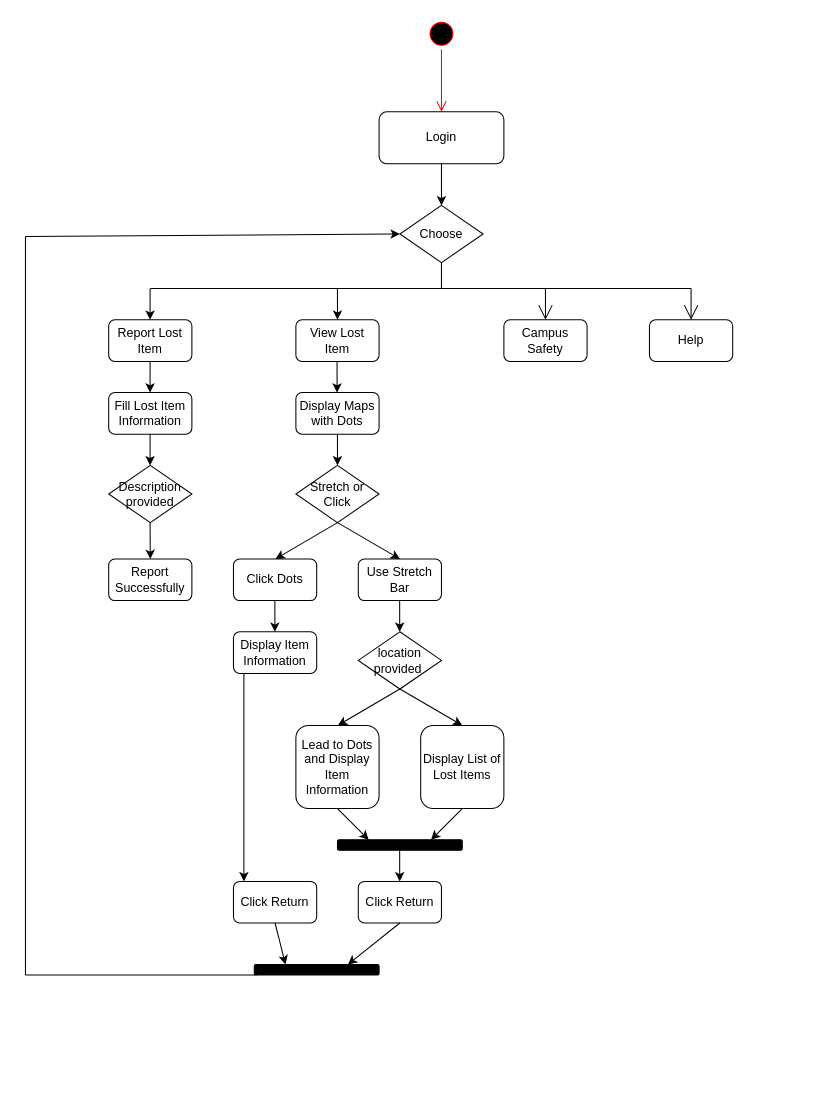
software-students-fall2023/1-specification-exercise-teamteamteam keeps this draw.io diagram as Untitled Diagram.drawio. Above is the earlier version. Source tidied: cells renumbered, new cells numbered last; positions are measured from the earlier drawing's top-left corner, leaving out a move shared by most shapes. Both pictures are drawn from the tidied source at 104%, with x=0, y=0 at pixel (25, 18).
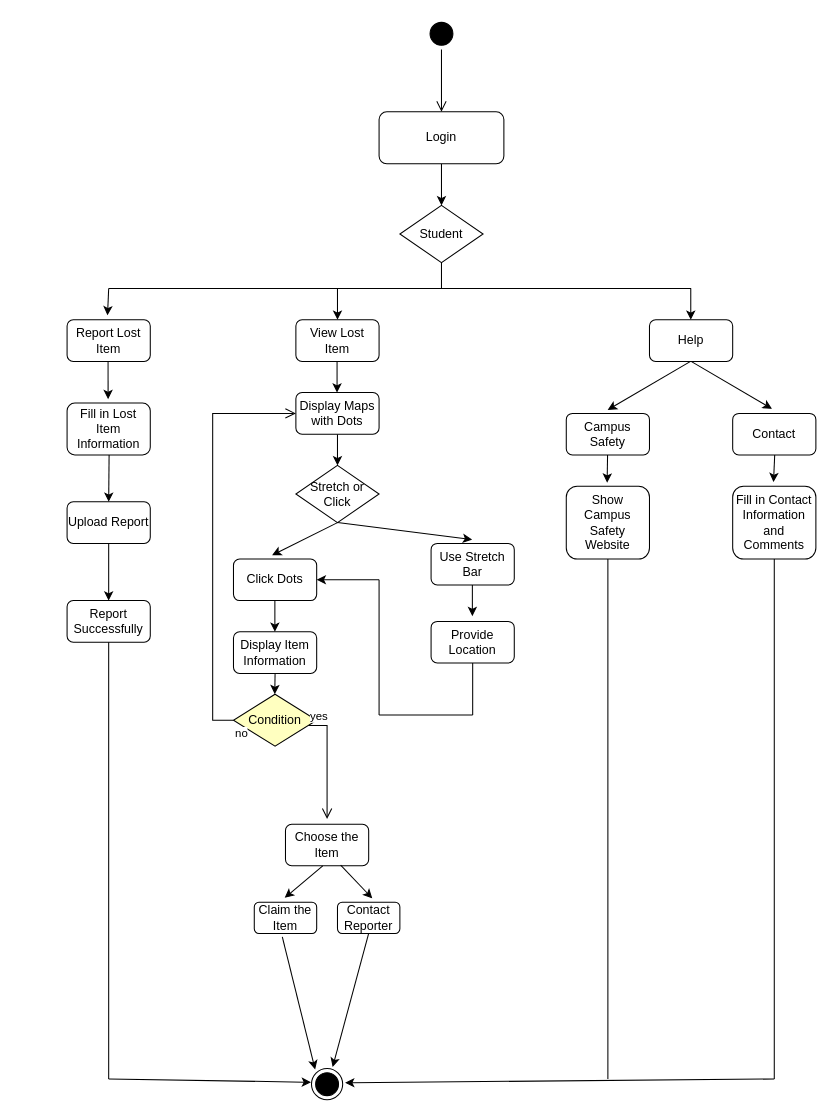
Above is the later version.

Commit message:
Update Activity Diagram

The change refers to these unchanged cells:
```xml
<mxCell id="16" value="Display Maps with Dots" style="rounded=1;whiteSpace=wrap;html=1;" parent="1" vertex="1">
  <mxGeometry x="260" y="360" width="80" height="40" as="geometry" />
</mxCell>
<mxCell id="20" value="Click Dots" style="rounded=1;whiteSpace=wrap;html=1;" parent="1" vertex="1">
  <mxGeometry x="200" y="520" width="80" height="40" as="geometry" />
</mxCell>
```

The edit, as a diff of the source:
```diff
@@
-    <mxCell id="4" value="Choose" style="rhombus;whiteSpace=wrap;html=1;rounded=0;" parent="1" vertex="1">
+    <mxCell id="4" value="Student" style="rhombus;whiteSpace=wrap;html=1;rounded=0;" parent="1" vertex="1">
       <mxGeometry x="360" y="180" width="80" height="55" as="geometry" />
     </mxCell>
@@
     <mxCell id="6" style="endArrow=none;html=1;rounded=0;" parent="1" edge="1">
       <mxGeometry relative="1" as="geometry">
-        <mxPoint x="120" y="260" as="sourcePoint" />
+        <mxPoint x="80" y="260" as="sourcePoint" />
         <mxPoint x="640" y="260" as="targetPoint" />
         <Array as="points">
           <mxPoint x="400" y="260" />
         </Array>
       </mxGeometry>
     </mxCell>
-    <mxCell id="7" style="ellipse;html=1;shape=startState;fillColor=#000000;strokeColor=#ff0000;" parent="1" vertex="1">
+    <mxCell id="7" style="ellipse;html=1;shape=startState;fillColor=#000000;strokeColor=#000000;" parent="1" vertex="1">
       <mxGeometry x="385" width="30" height="30" as="geometry" />
     </mxCell>
-    <mxCell id="8" style="edgeStyle=orthogonalEdgeStyle;html=1;verticalAlign=bottom;endArrow=open;endSize=8;strokeColor=#ff0000;rounded=0;" parent="1" edge="1" source="7">
+    <mxCell id="8" style="edgeStyle=orthogonalEdgeStyle;html=1;verticalAlign=bottom;endArrow=open;endSize=8;strokeColor=#000000;rounded=0;" parent="1" edge="1" source="7">
       <mxGeometry relative="1" as="geometry">
         <mxPoint x="400" y="90" as="targetPoint" />
       </mxGeometry>
     </mxCell>
-    <mxCell id="9" style="endArrow=open;endFill=1;endSize=12;html=1;rounded=0;" parent="1" edge="1">
-      <mxGeometry relative="1" as="geometry">
-        <mxPoint x="640" y="260" as="sourcePoint" />
-        <mxPoint x="640" y="290" as="targetPoint" />
-      </mxGeometry>
-    </mxCell>
-    <mxCell id="10" style="endArrow=open;endFill=1;endSize=12;html=1;rounded=0;" parent="1" edge="1">
-      <mxGeometry relative="1" as="geometry">
-        <mxPoint x="500" y="260" as="sourcePoint" />
-        <mxPoint x="500" y="290" as="targetPoint" />
-      </mxGeometry>
-    </mxCell>
     <mxCell id="11" value="Report Lost Item" style="rounded=1;whiteSpace=wrap;html=1;" parent="1" vertex="1">
-      <mxGeometry x="80" y="290" width="80" height="40" as="geometry" />
+      <mxGeometry x="40" y="290" width="80" height="40" as="geometry" />
     </mxCell>
@@
     <mxCell id="14" value="Campus Safety" style="rounded=1;whiteSpace=wrap;html=1;" parent="1" vertex="1">
-      <mxGeometry x="460" y="290" width="80" height="40" as="geometry" />
+      <mxGeometry x="520" y="380" width="80" height="40" as="geometry" />
     </mxCell>
@@
-    <mxCell id="17" value="Fill Lost Item Information" style="rounded=1;whiteSpace=wrap;html=1;" parent="1" vertex="1">
-      <mxGeometry x="80" y="360" width="80" height="40" as="geometry" />
+    <mxCell id="17" value="Fill in Lost Item Information" style="rounded=1;whiteSpace=wrap;html=1;" parent="1" vertex="1">
+      <mxGeometry x="40" y="370" width="80" height="50" as="geometry" />
     </mxCell>
@@
-    <mxCell id="19" value="Description&lt;br&gt;provided" style="rhombus;whiteSpace=wrap;html=1;rounded=0;" parent="1" vertex="1">
-      <mxGeometry x="80" y="430" width="80" height="55" as="geometry" />
-    </mxCell>
@@
     <mxCell id="21" value="Use Stretch Bar" style="rounded=1;whiteSpace=wrap;html=1;" parent="1" vertex="1">
-      <mxGeometry x="320" y="520" width="80" height="40" as="geometry" />
+      <mxGeometry x="390" y="505" width="80" height="40" as="geometry" />
     </mxCell>
-    <mxCell id="22" value="location&lt;br&gt;provided&amp;nbsp;" style="rhombus;whiteSpace=wrap;html=1;rounded=0;" parent="1" vertex="1">
-      <mxGeometry x="320" y="590" width="80" height="55" as="geometry" />
-    </mxCell>
@@
-    <mxCell id="24" style="edgeStyle=orthogonalEdgeStyle;rounded=0;orthogonalLoop=1;jettySize=auto;html=1;exitX=0.5;exitY=1;exitDx=0;exitDy=0;" parent="1" edge="1" source="22" target="22">
-      <mxGeometry relative="1" as="geometry" />
+    <mxCell id="24" style="edgeStyle=orthogonalEdgeStyle;rounded=0;orthogonalLoop=1;jettySize=auto;html=1;exitX=0.5;exitY=1;exitDx=0;exitDy=0;" parent="1" edge="1">
+      <mxGeometry relative="1" as="geometry">
+        <mxPoint x="430" y="630" as="sourcePoint" />
+        <mxPoint x="430" y="630" as="targetPoint" />
+      </mxGeometry>
     </mxCell>
-    <mxCell id="25" value="Lead to Dots and Display Item Information" style="rounded=1;whiteSpace=wrap;html=1;" parent="1" vertex="1">
-      <mxGeometry x="260" y="680" width="80" height="80" as="geometry" />
-    </mxCell>
-    <mxCell id="26" value="Display List of Lost Items" style="rounded=1;whiteSpace=wrap;html=1;" parent="1" vertex="1">
-      <mxGeometry x="380" y="680" width="80" height="80" as="geometry" />
-    </mxCell>
-    <mxCell id="27" style="rounded=1;whiteSpace=wrap;html=1;glass=0;shadow=0;fillColor=#000000;" parent="1" vertex="1">
-      <mxGeometry x="300" y="790" width="120" height="10" as="geometry" />
-    </mxCell>
-    <mxCell id="28" value="Click Return" style="rounded=1;whiteSpace=wrap;html=1;" parent="1" vertex="1">
-      <mxGeometry x="320" y="830" width="80" height="40" as="geometry" />
-    </mxCell>
-    <mxCell id="29" style="rounded=1;whiteSpace=wrap;html=1;glass=0;shadow=0;fillColor=#000000;" parent="1" vertex="1">
-      <mxGeometry x="220" y="910" width="120" height="10" as="geometry" />
-    </mxCell>
-    <mxCell id="30" value="Click Return" style="rounded=1;whiteSpace=wrap;html=1;" parent="1" vertex="1">
-      <mxGeometry x="200" y="830" width="80" height="40" as="geometry" />
-    </mxCell>
-    <mxCell id="31" style="endArrow=none;html=1;rounded=0;entryX=0.019;entryY=0.996;entryDx=0;entryDy=0;entryPerimeter=0;" parent="1" edge="1" target="29">
-      <mxGeometry relative="1" as="geometry">
-        <mxPoint y="920" as="sourcePoint" />
-      </mxGeometry>
-    </mxCell>
-    <mxCell id="32" style="endArrow=none;html=1;rounded=0;" parent="1" edge="1">
-      <mxGeometry relative="1" as="geometry">
-        <mxPoint y="920" as="sourcePoint" />
-        <mxPoint y="210" as="targetPoint" />
-      </mxGeometry>
-    </mxCell>
-    <mxCell id="33" style="endArrow=classic;html=1;rounded=0;entryX=0;entryY=0.5;entryDx=0;entryDy=0;" parent="1" edge="1" target="4">
-      <mxGeometry relative="1" as="geometry">
-        <mxPoint y="210" as="sourcePoint" />
-      </mxGeometry>
-    </mxCell>
     <mxCell id="34" value="Report Successfully" style="rounded=1;whiteSpace=wrap;html=1;" parent="1" vertex="1">
-      <mxGeometry x="80" y="520" width="80" height="40" as="geometry" />
+      <mxGeometry x="40" y="560" width="80" height="40" as="geometry" />
     </mxCell>
-    <mxCell id="35" style="endArrow=classic;html=1;rounded=0;" parent="1" edge="1">
+    <mxCell id="35" style="endArrow=classic;html=1;rounded=0;entryX=0.486;entryY=-0.107;entryDx=0;entryDy=0;entryPerimeter=0;" parent="1" edge="1" target="11">
       <mxGeometry relative="1" as="geometry">
-        <mxPoint x="119.8" y="260" as="sourcePoint" />
-        <mxPoint x="119.8" y="290" as="targetPoint" />
+        <mxPoint x="80" y="260" as="sourcePoint" />
       </mxGeometry>
     </mxCell>
-    <mxCell id="36" style="endArrow=classic;html=1;rounded=0;" parent="1" edge="1">
+    <mxCell id="36" style="endArrow=classic;html=1;rounded=0;entryX=0.493;entryY=-0.074;entryDx=0;entryDy=0;entryPerimeter=0;" parent="1" edge="1" target="17">
       <mxGeometry relative="1" as="geometry">
-        <mxPoint x="119.8" y="330" as="sourcePoint" />
-        <mxPoint x="119.8" y="360" as="targetPoint" />
+        <mxPoint x="79.4" y="330" as="sourcePoint" />
       </mxGeometry>
     </mxCell>
@@
-    <mxCell id="38" style="endArrow=classic;html=1;rounded=0;" parent="1" edge="1">
-      <mxGeometry relative="1" as="geometry">
-        <mxPoint x="119.8" y="400" as="sourcePoint" />
-        <mxPoint x="119.8" y="430" as="targetPoint" />
-      </mxGeometry>
-    </mxCell>
-    <mxCell id="39" style="endArrow=classic;html=1;rounded=0;entryX=0.5;entryY=0;entryDx=0;entryDy=0;" parent="1" edge="1" target="34">
-      <mxGeometry relative="1" as="geometry">
-        <mxPoint x="119.8" y="485" as="sourcePoint" />
-      </mxGeometry>
+    <mxCell id="39" style="endArrow=classic;html=1;rounded=0;entryX=0.5;entryY=0;entryDx=0;entryDy=0;exitX=0.5;exitY=1;exitDx=0;exitDy=0;" parent="1" edge="1" source="61" target="34">
+      <mxGeometry relative="1" as="geometry" />
     </mxCell>
@@
-    <mxCell id="41" style="endArrow=classic;html=1;rounded=0;entryX=0.5;entryY=0;entryDx=0;entryDy=0;" parent="1" edge="1" target="21">
+    <mxCell id="41" style="endArrow=classic;html=1;rounded=0;entryX=0.493;entryY=-0.093;entryDx=0;entryDy=0;entryPerimeter=0;" parent="1" edge="1" target="21">
       <mxGeometry relative="1" as="geometry">
         <mxPoint x="300" y="485" as="sourcePoint" />
       </mxGeometry>
     </mxCell>
@@
     <mxCell id="43" style="endArrow=classic;html=1;rounded=0;" parent="1" edge="1">
       <mxGeometry relative="1" as="geometry">
-        <mxPoint x="359.8" y="560" as="sourcePoint" />
-        <mxPoint x="359.8" y="590" as="targetPoint" />
+        <mxPoint x="429.7" y="545" as="sourcePoint" />
+        <mxPoint x="429.7" y="575" as="targetPoint" />
       </mxGeometry>
     </mxCell>
-    <mxCell id="44" style="endArrow=classic;html=1;rounded=0;entryX=0.125;entryY=0;entryDx=0;entryDy=0;entryPerimeter=0;" parent="1" edge="1" target="30">
-      <mxGeometry relative="1" as="geometry">
-        <mxPoint x="210" y="630" as="sourcePoint" />
-      </mxGeometry>
-    </mxCell>
-    <mxCell id="45" style="endArrow=classic;html=1;rounded=0;entryX=0.5;entryY=0;entryDx=0;entryDy=0;" parent="1" edge="1">
+    <mxCell id="45" style="endArrow=classic;html=1;rounded=0;entryX=0.465;entryY=-0.093;entryDx=0;entryDy=0;entryPerimeter=0;" parent="1" edge="1" target="20">
       <mxGeometry relative="1" as="geometry">
         <mxPoint x="300" y="485" as="sourcePoint" />
-        <mxPoint x="240.4" y="520" as="targetPoint" />
       </mxGeometry>
     </mxCell>
-    <mxCell id="46" style="endArrow=classic;html=1;rounded=0;entryX=0.5;entryY=0;entryDx=0;entryDy=0;" parent="1" edge="1">
-      <mxGeometry relative="1" as="geometry">
-        <mxPoint x="360" y="645" as="sourcePoint" />
-        <mxPoint x="300.4" y="680" as="targetPoint" />
-      </mxGeometry>
-    </mxCell>
-    <mxCell id="47" style="endArrow=classic;html=1;rounded=0;entryX=0.5;entryY=0;entryDx=0;entryDy=0;" parent="1" edge="1">
-      <mxGeometry relative="1" as="geometry">
-        <mxPoint x="360" y="645" as="sourcePoint" />
-        <mxPoint x="420" y="680" as="targetPoint" />
-      </mxGeometry>
-    </mxCell>
-    <mxCell id="48" style="endArrow=classic;html=1;rounded=0;entryX=0.25;entryY=0;entryDx=0;entryDy=0;" parent="1" edge="1" target="27">
-      <mxGeometry relative="1" as="geometry">
-        <mxPoint x="300" y="760" as="sourcePoint" />
-      </mxGeometry>
-    </mxCell>
-    <mxCell id="49" style="endArrow=classic;html=1;rounded=0;entryX=0.75;entryY=0;entryDx=0;entryDy=0;" parent="1" edge="1" target="27">
-      <mxGeometry relative="1" as="geometry">
-        <mxPoint x="420" y="760" as="sourcePoint" />
-      </mxGeometry>
-    </mxCell>
-    <mxCell id="50" style="endArrow=classic;html=1;rounded=0;" parent="1" edge="1">
-      <mxGeometry relative="1" as="geometry">
-        <mxPoint x="359.8" y="800" as="sourcePoint" />
-        <mxPoint x="359.8" y="830" as="targetPoint" />
-      </mxGeometry>
-    </mxCell>
-    <mxCell id="51" style="endArrow=classic;html=1;rounded=0;entryX=0.25;entryY=0;entryDx=0;entryDy=0;" parent="1" edge="1" target="29">
-      <mxGeometry relative="1" as="geometry">
-        <mxPoint x="240" y="870" as="sourcePoint" />
-      </mxGeometry>
-    </mxCell>
-    <mxCell id="52" style="endArrow=classic;html=1;rounded=0;entryX=0.75;entryY=0;entryDx=0;entryDy=0;" parent="1" edge="1" target="29">
-      <mxGeometry relative="1" as="geometry">
-        <mxPoint x="360" y="870" as="sourcePoint" />
-      </mxGeometry>
-    </mxCell>
+    <mxCell id="53" style="endArrow=classic;html=1;rounded=0;" parent="1" edge="1">
+      <mxGeometry relative="1" as="geometry">
+        <mxPoint x="639.7" y="260" as="sourcePoint" />
+        <mxPoint x="639.7" y="290" as="targetPoint" />
+      </mxGeometry>
+    </mxCell>
+    <mxCell id="54" value="Contact" style="rounded=1;whiteSpace=wrap;html=1;" parent="1" vertex="1">
+      <mxGeometry x="680" y="380" width="80" height="40" as="geometry" />
+    </mxCell>
+    <mxCell id="55" style="endArrow=classic;html=1;rounded=0;entryX=0.498;entryY=-0.084;entryDx=0;entryDy=0;entryPerimeter=0;" parent="1" edge="1" target="14">
+      <mxGeometry relative="1" as="geometry">
+        <mxPoint x="639.5" y="330" as="sourcePoint" />
+      </mxGeometry>
+    </mxCell>
+    <mxCell id="56" style="endArrow=classic;html=1;rounded=0;entryX=0.472;entryY=-0.111;entryDx=0;entryDy=0;entryPerimeter=0;" parent="1" edge="1" target="54">
+      <mxGeometry relative="1" as="geometry">
+        <mxPoint x="640" y="330" as="sourcePoint" />
+      </mxGeometry>
+    </mxCell>
+    <mxCell id="57" style="endArrow=classic;html=1;rounded=0;entryX=0.491;entryY=-0.048;entryDx=0;entryDy=0;entryPerimeter=0;" parent="1" edge="1" target="58">
+      <mxGeometry relative="1" as="geometry">
+        <mxPoint x="559.7" y="420" as="sourcePoint" />
+      </mxGeometry>
+    </mxCell>
+    <mxCell id="58" value="Show Campus Safety Website" style="rounded=1;whiteSpace=wrap;html=1;" parent="1" vertex="1">
+      <mxGeometry x="520" y="450" width="80" height="70" as="geometry" />
+    </mxCell>
+    <mxCell id="59" style="endArrow=classic;html=1;rounded=0;entryX=0.491;entryY=-0.056;entryDx=0;entryDy=0;entryPerimeter=0;" parent="1" edge="1" target="60">
+      <mxGeometry relative="1" as="geometry">
+        <mxPoint x="720.4" y="420" as="sourcePoint" />
+      </mxGeometry>
+    </mxCell>
+    <mxCell id="60" value="Fill in Contact Information and Comments" style="rounded=1;whiteSpace=wrap;html=1;" parent="1" vertex="1">
+      <mxGeometry x="680" y="450" width="80" height="70" as="geometry" />
+    </mxCell>
+    <mxCell id="61" value="Upload Report" style="rounded=1;whiteSpace=wrap;html=1;" parent="1" vertex="1">
+      <mxGeometry x="40" y="465" width="80" height="40" as="geometry" />
+    </mxCell>
+    <mxCell id="62" value="Condition" style="rhombus;whiteSpace=wrap;html=1;fontColor=#000000;fillColor=#ffffc0;strokeColor=#000000;" parent="1" vertex="1">
+      <mxGeometry x="200" y="650" width="80" height="50" as="geometry" />
+    </mxCell>
+    <mxCell id="63" value="yes" style="edgeStyle=orthogonalEdgeStyle;html=1;align=left;verticalAlign=bottom;endArrow=open;endSize=8;strokeColor=#000000;rounded=0;" parent="1" edge="1" source="62">
+      <mxGeometry x="-1" relative="1" as="geometry">
+        <mxPoint x="290" y="770" as="targetPoint" />
+        <Array as="points">
+          <mxPoint x="290" y="680" />
+        </Array>
+      </mxGeometry>
+    </mxCell>
+    <mxCell id="64" value="no" style="edgeStyle=orthogonalEdgeStyle;html=1;align=left;verticalAlign=top;endArrow=open;endSize=8;strokeColor=#000000;rounded=0;entryX=0;entryY=0.5;entryDx=0;entryDy=0;" parent="1" edge="1" source="62" target="16">
+      <mxGeometry x="-1" relative="1" as="geometry">
+        <Array as="points">
+          <mxPoint x="180" y="675" />
+          <mxPoint x="180" y="380" />
+        </Array>
+      </mxGeometry>
+    </mxCell>
+    <mxCell id="65" value="Choose the Item" style="rounded=1;whiteSpace=wrap;html=1;" parent="1" vertex="1">
+      <mxGeometry x="250" y="775" width="80" height="40" as="geometry" />
+    </mxCell>
+    <mxCell id="66" style="endArrow=classic;html=1;rounded=0;entryX=0.557;entryY=-0.126;entryDx=0;entryDy=0;entryPerimeter=0;exitX=0.663;exitY=0.986;exitDx=0;exitDy=0;exitPerimeter=0;" parent="1" edge="1" source="65" target="69">
+      <mxGeometry relative="1" as="geometry" />
+    </mxCell>
+    <mxCell id="67" style="endArrow=classic;html=1;rounded=0;entryX=0.488;entryY=-0.141;entryDx=0;entryDy=0;entryPerimeter=0;exitX=0.448;exitY=1;exitDx=0;exitDy=0;exitPerimeter=0;" parent="1" edge="1" source="65" target="68">
+      <mxGeometry relative="1" as="geometry" />
+    </mxCell>
+    <mxCell id="68" value="Claim the Item" style="rounded=1;whiteSpace=wrap;html=1;" parent="1" vertex="1">
+      <mxGeometry x="220" y="850" width="60" height="30" as="geometry" />
+    </mxCell>
+    <mxCell id="69" value="Contact Reporter" style="rounded=1;whiteSpace=wrap;html=1;" parent="1" vertex="1">
+      <mxGeometry x="300" y="850" width="60" height="30" as="geometry" />
+    </mxCell>
+    <mxCell id="70" style="ellipse;html=1;shape=endState;fillColor=#000000;strokeColor=#000000;" parent="1" vertex="1">
+      <mxGeometry x="275" y="1010" width="30" height="30" as="geometry" />
+    </mxCell>
+    <mxCell id="71" style="endArrow=classic;html=1;rounded=0;" parent="1" edge="1">
+      <mxGeometry relative="1" as="geometry">
+        <mxPoint x="240" y="630" as="sourcePoint" />
+        <mxPoint x="239.7" y="650" as="targetPoint" />
+      </mxGeometry>
+    </mxCell>
+    <mxCell id="72" style="endArrow=classic;html=1;rounded=0;entryX=0.5;entryY=0;entryDx=0;entryDy=0;" parent="1" edge="1" target="61">
+      <mxGeometry relative="1" as="geometry">
+        <mxPoint x="80.4" y="420" as="sourcePoint" />
+      </mxGeometry>
+    </mxCell>
+    <mxCell id="73" style="endArrow=none;html=1;rounded=0;" parent="1" edge="1">
+      <mxGeometry relative="1" as="geometry">
+        <mxPoint x="80" y="1020" as="sourcePoint" />
+        <mxPoint x="80" y="600" as="targetPoint" />
+      </mxGeometry>
+    </mxCell>
+    <mxCell id="74" style="endArrow=classic;html=1;rounded=0;entryX=-0.016;entryY=0.438;entryDx=0;entryDy=0;entryPerimeter=0;" parent="1" edge="1" target="70">
+      <mxGeometry relative="1" as="geometry">
+        <mxPoint x="80" y="1020" as="sourcePoint" />
+      </mxGeometry>
+    </mxCell>
+    <mxCell id="75" style="endArrow=classic;html=1;rounded=0;entryX=0.118;entryY=0.029;entryDx=0;entryDy=0;exitX=0.449;exitY=1.115;exitDx=0;exitDy=0;exitPerimeter=0;entryPerimeter=0;" parent="1" edge="1" source="68" target="70">
+      <mxGeometry relative="1" as="geometry" />
+    </mxCell>
+    <mxCell id="76" style="endArrow=classic;html=1;rounded=0;entryX=0.678;entryY=-0.051;entryDx=0;entryDy=0;entryPerimeter=0;" parent="1" edge="1" target="70">
+      <mxGeometry relative="1" as="geometry">
+        <mxPoint x="330" y="880" as="sourcePoint" />
+      </mxGeometry>
+    </mxCell>
+    <mxCell id="77" value="Provide Location" style="rounded=1;whiteSpace=wrap;html=1;" parent="1" vertex="1">
+      <mxGeometry x="390" y="580" width="80" height="40" as="geometry" />
+    </mxCell>
+    <mxCell id="78" style="endArrow=classic;html=1;rounded=0;entryX=1;entryY=0.5;entryDx=0;entryDy=0;" parent="1" edge="1" target="20">
+      <mxGeometry relative="1" as="geometry">
+        <mxPoint x="340" y="540" as="sourcePoint" />
+      </mxGeometry>
+    </mxCell>
+    <mxCell id="79" style="endArrow=none;html=1;rounded=0;" parent="1" edge="1">
+      <mxGeometry relative="1" as="geometry">
+        <mxPoint x="430" y="670" as="sourcePoint" />
+        <mxPoint x="430" y="620" as="targetPoint" />
+      </mxGeometry>
+    </mxCell>
+    <mxCell id="80" style="endArrow=none;html=1;rounded=0;" parent="1" edge="1">
+      <mxGeometry relative="1" as="geometry">
+        <mxPoint x="340" y="670" as="sourcePoint" />
+        <mxPoint x="340" y="540" as="targetPoint" />
+      </mxGeometry>
+    </mxCell>
+    <mxCell id="81" style="endArrow=none;html=1;rounded=0;" parent="1" edge="1">
+      <mxGeometry relative="1" as="geometry">
+        <mxPoint x="340" y="670" as="sourcePoint" />
+        <mxPoint x="430" y="670" as="targetPoint" />
+      </mxGeometry>
+    </mxCell>
+    <mxCell id="82" style="endArrow=none;html=1;rounded=0;" parent="1" edge="1">
+      <mxGeometry relative="1" as="geometry">
+        <mxPoint x="560" y="1020" as="sourcePoint" />
+        <mxPoint x="560" y="520" as="targetPoint" />
+      </mxGeometry>
+    </mxCell>
+    <mxCell id="83" style="endArrow=none;html=1;rounded=0;" parent="1" edge="1">
+      <mxGeometry relative="1" as="geometry">
+        <mxPoint x="720" y="1020" as="sourcePoint" />
+        <mxPoint x="720" y="520" as="targetPoint" />
+      </mxGeometry>
+    </mxCell>
+    <mxCell id="84" style="endArrow=classic;html=1;rounded=0;entryX=1.078;entryY=0.456;entryDx=0;entryDy=0;entryPerimeter=0;" parent="1" edge="1" target="70">
+      <mxGeometry relative="1" as="geometry">
+        <mxPoint x="720" y="1020" as="sourcePoint" />
+      </mxGeometry>
+    </mxCell>
```
